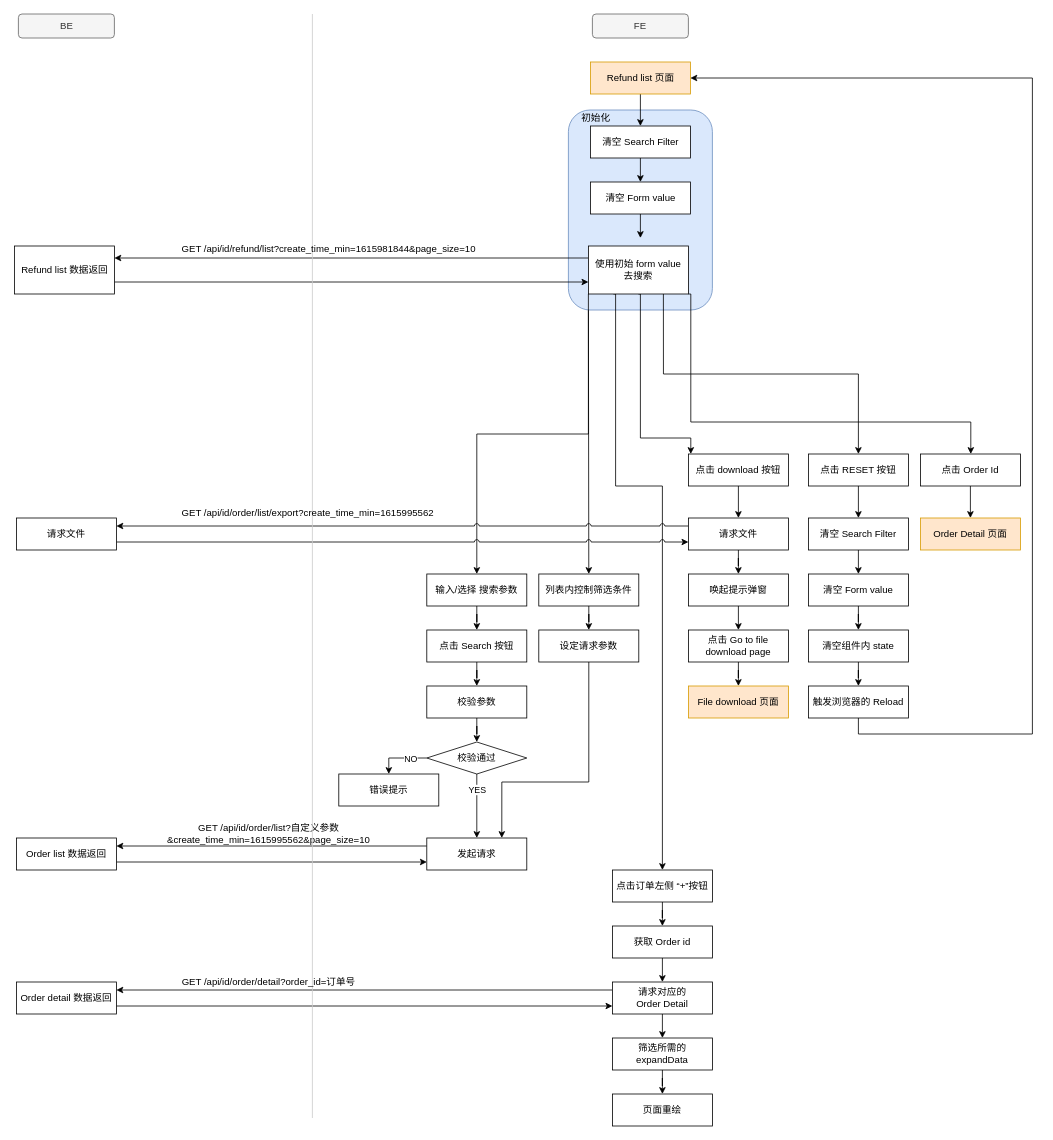
junhong2021/Hotel- keeps this draw.io diagram as page "refund" (3 of 3) of Admin/admin.drawio. Above is the earlier version. Source tidied: cells renumbered, new cells numbered last; positions are measured from the earlier drawing's top-left corner, leaving out a move shared by most shapes. Both pictures are drawn from the tidied source at 80%, with x=0, y=0 at pixel (14, 14).
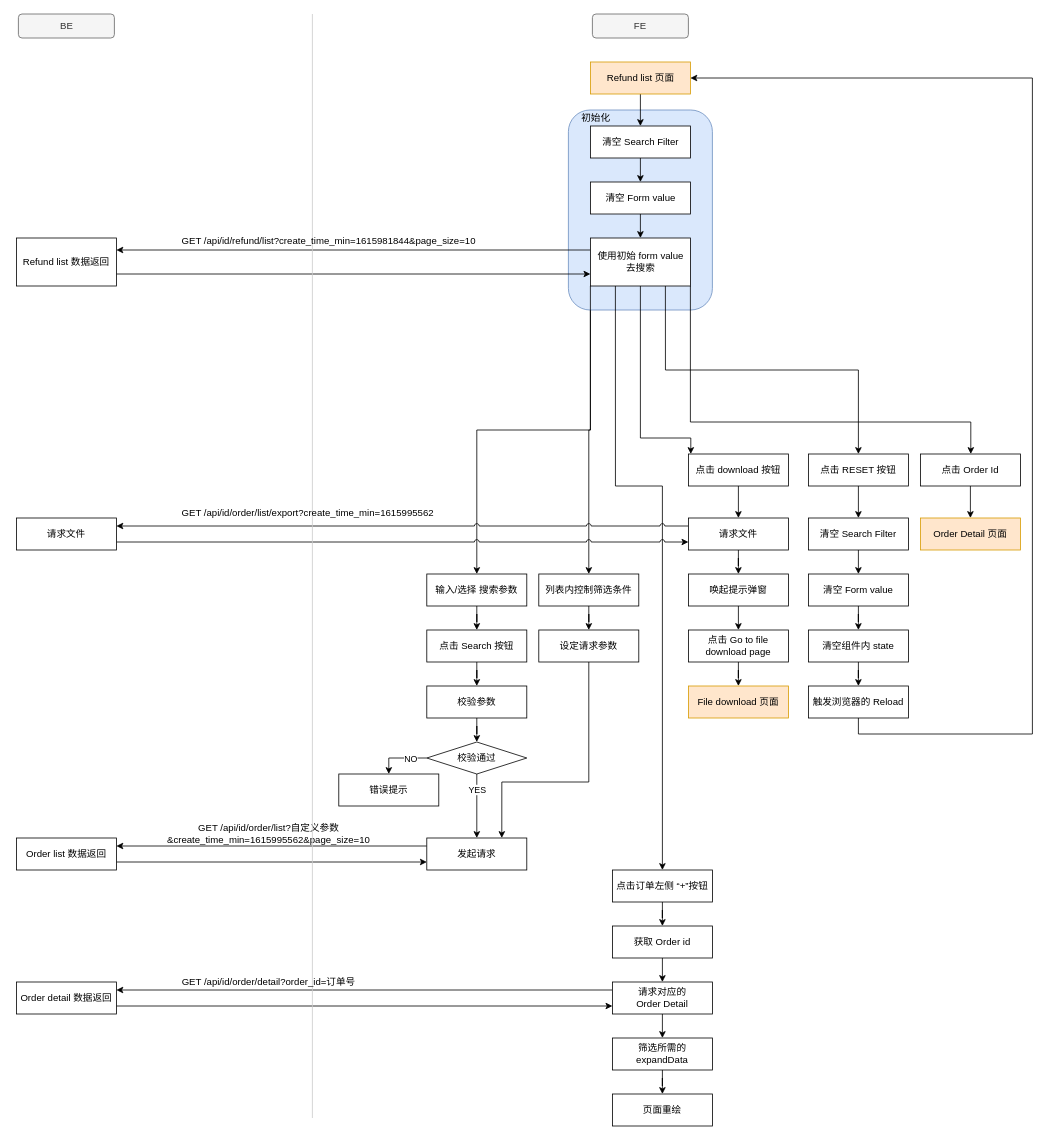
The same page after the edit.

The change refers to these unchanged cells:
```xml
<mxCell id="15" value="清空 Form value" style="rounded=0;whiteSpace=wrap;html=1;" parent="1" vertex="1">
  <mxGeometry x="720.5" y="210" width="125" height="40" as="geometry" />
</mxCell>
```

What changed in the source:
```diff
@@
     <mxCell id="11" value="Refund list 数据返回" style="rounded=0;whiteSpace=wrap;html=1;" parent="1" vertex="1">
-      <mxGeometry x="0.5" y="290" width="125" height="60" as="geometry" />
+      <mxGeometry x="3" y="280" width="125" height="60" as="geometry" />
     </mxCell>
@@
-    <mxCell id="14" style="edgeStyle=orthogonalEdgeStyle;rounded=0;jettySize=auto;html=1;exitX=0.5;exitY=1;exitDx=0;exitDy=0;entryX=0.5;entryY=0;entryDx=0;entryDy=0;" parent="1" edge="1" source="15">
-      <mxGeometry relative="1" as="geometry">
-        <mxPoint x="783" y="280" as="targetPoint" />
-      </mxGeometry>
+    <mxCell id="14" style="edgeStyle=orthogonalEdgeStyle;rounded=0;jettySize=auto;html=1;exitX=0.5;exitY=1;exitDx=0;exitDy=0;entryX=0.5;entryY=0;entryDx=0;entryDy=0;" parent="1" edge="1" source="15" target="22">
+      <mxGeometry relative="1" as="geometry" />
     </mxCell>
@@
     <mxCell id="22" value="使用初始 form value&lt;br&gt;去搜索" style="rounded=0;whiteSpace=wrap;html=1;" parent="1" vertex="1">
-      <mxGeometry x="718" y="290" width="125" height="60" as="geometry" />
+      <mxGeometry x="720.5" y="280" width="125" height="60" as="geometry" />
     </mxCell>
@@
     <mxCell id="82" value="GET /api/id/refund/list?create_time_min=1615981844&amp;amp;page_size=10" style="text;whiteSpace=wrap;html=1;" parent="1" vertex="1">
-      <mxGeometry x="208" y="280" width="385" height="30" as="geometry" />
+      <mxGeometry x="208" y="270" width="385" height="30" as="geometry" />
     </mxCell>
```
